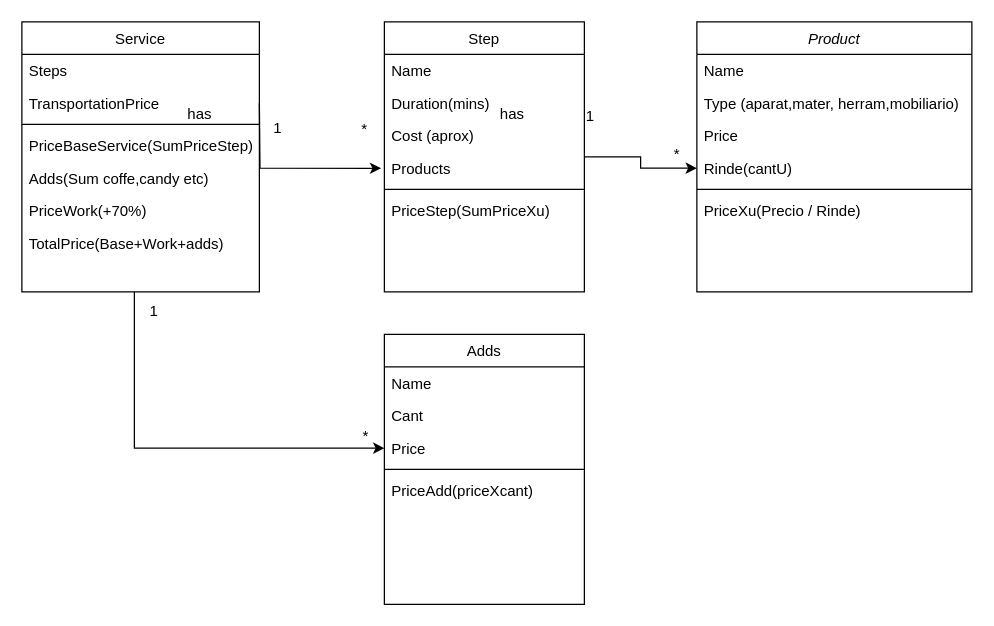
DPeeta/miwebPrueba keeps this draw.io diagram as ClassDiagramServicesPMS.drawio. Above is the earlier version. Source tidied: cells renumbered, new cells numbered last; positions are measured from the earlier drawing's top-left corner, leaving out a move shared by most shapes. Both pictures are drawn from the tidied source at 125%, with x=0, y=0 at pixel (21, 21).
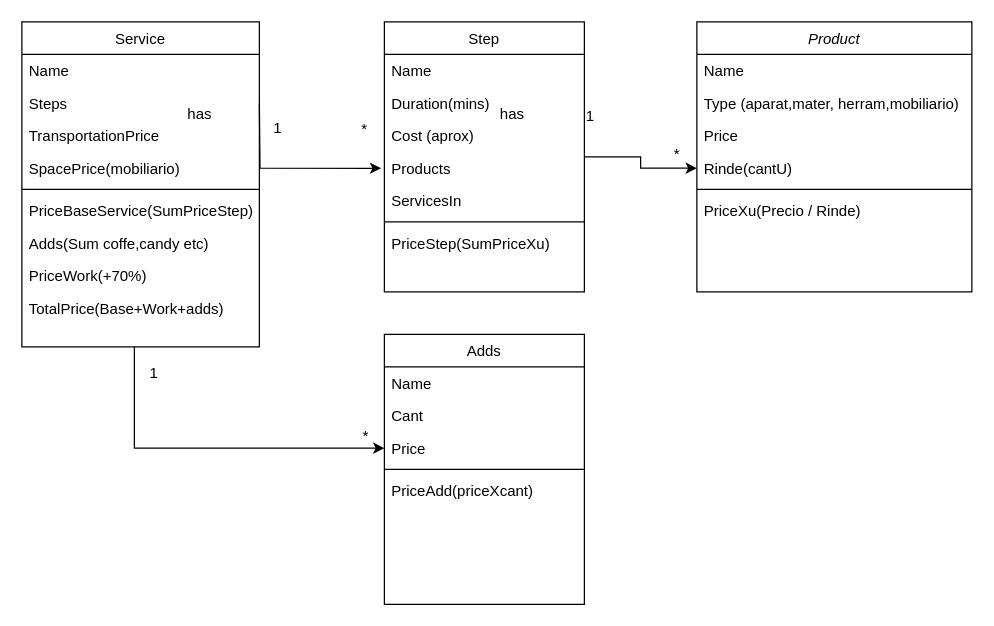
After the change.

The change refers to these unchanged cells:
```xml
<mxCell id="9" style="endArrow=open;shadow=0;strokeWidth=1;rounded=0;endFill=1;edgeStyle=elbowEdgeStyle;elbow=vertical;entryX=-0.003;entryY=0.262;entryDx=0;entryDy=0;entryPerimeter=0;" parent="2" edge="1" source="2" target="5">
  <mxGeometry x="0.5" y="41" relative="1" as="geometry">
    <mxPoint x="-40" y="32" as="offset" />
  </mxGeometry>
</mxCell>
<mxCell id="28" value="Step" style="swimlane;fontStyle=0;align=center;verticalAlign=top;horizontal=1;startSize=26;rounded=0;shadow=0;strokeWidth=1;" parent="1" vertex="1">
  <mxGeometry x="290" width="160" height="216" as="geometry" />
</mxCell>
```

What changed in the source:
```diff
@@
     <mxCell id="16" value="1" style="align=right;verticalAlign=bottom;labelBackgroundColor=none;fontSize=12;" parent="9" vertex="1">
       <mxGeometry x="1" relative="1" as="geometry">
-        <mxPoint x="-429" y="155" as="offset" />
+        <mxPoint x="-429" y="205" as="offset" />
       </mxGeometry>
     </mxCell>
@@
     <mxCell id="19" value="Service" style="swimlane;fontStyle=0;align=center;verticalAlign=top;horizontal=1;startSize=26;rounded=0;shadow=0;strokeWidth=1;" parent="1" vertex="1">
-      <mxGeometry width="190" height="216" as="geometry" />
+      <mxGeometry width="190" height="260" as="geometry" />
     </mxCell>
-    <mxCell id="20" value="Steps" style="text;align=left;verticalAlign=top;spacingLeft=4;spacingRight=4;overflow=hidden;" parent="19" vertex="1">
+    <mxCell id="20" value="Name" style="text;align=left;verticalAlign=top;spacingLeft=4;spacingRight=4;overflow=hidden;" parent="19" vertex="1">
       <mxGeometry y="26" width="190" height="26" as="geometry" />
     </mxCell>
+    <mxCell id="42" value="Steps" style="text;align=left;verticalAlign=top;spacingLeft=4;spacingRight=4;overflow=hidden;" parent="19" vertex="1">
+      <mxGeometry y="52" width="190" height="26" as="geometry" />
+    </mxCell>
     <mxCell id="21" value="TransportationPrice" style="text;align=left;verticalAlign=top;spacingLeft=4;spacingRight=4;overflow=hidden;" parent="19" vertex="1">
-      <mxGeometry y="52" width="190" height="26" as="geometry" />
+      <mxGeometry y="78" width="190" height="26" as="geometry" />
     </mxCell>
+    <mxCell id="43" value="SpacePrice(mobiliario)" style="text;align=left;verticalAlign=top;spacingLeft=4;spacingRight=4;overflow=hidden;" parent="19" vertex="1">
+      <mxGeometry y="104" width="190" height="26" as="geometry" />
+    </mxCell>
     <mxCell id="22" style="line;html=1;strokeWidth=1;align=left;verticalAlign=middle;spacingTop=-1;spacingLeft=3;spacingRight=3;labelPosition=right;" parent="19" vertex="1">
-      <mxGeometry y="78" width="190" height="8" as="geometry" />
+      <mxGeometry y="130" width="190" height="8" as="geometry" />
     </mxCell>
     <mxCell id="23" value="PriceBaseService(SumPriceStep)" style="text;align=left;verticalAlign=top;spacingLeft=4;spacingRight=4;overflow=hidden;" parent="19" vertex="1">
-      <mxGeometry y="86" width="190" height="26" as="geometry" />
+      <mxGeometry y="138" width="190" height="26" as="geometry" />
     </mxCell>
     <mxCell id="24" value="Adds(Sum coffe,candy etc)" style="text;align=left;verticalAlign=top;spacingLeft=4;spacingRight=4;overflow=hidden;" parent="19" vertex="1">
-      <mxGeometry y="112" width="190" height="26" as="geometry" />
+      <mxGeometry y="164" width="190" height="26" as="geometry" />
     </mxCell>
     <mxCell id="25" value="PriceWork(+70%)" style="text;align=left;verticalAlign=top;spacingLeft=4;spacingRight=4;overflow=hidden;" parent="19" vertex="1">
-      <mxGeometry y="138" width="190" height="26" as="geometry" />
+      <mxGeometry y="190" width="190" height="26" as="geometry" />
     </mxCell>
     <mxCell id="26" value="TotalPrice(Base+Work+adds)" style="text;align=left;verticalAlign=top;spacingLeft=4;spacingRight=4;overflow=hidden;" parent="19" vertex="1">
-      <mxGeometry y="164" width="190" height="26" as="geometry" />
+      <mxGeometry y="216" width="190" height="26" as="geometry" />
     </mxCell>
@@
+    <mxCell id="44" value="ServicesIn" style="text;align=left;verticalAlign=top;spacingLeft=4;spacingRight=4;overflow=hidden;" parent="28" vertex="1">
+      <mxGeometry y="130" width="160" height="26" as="geometry" />
+    </mxCell>
     <mxCell id="33" style="line;html=1;strokeWidth=1;align=left;verticalAlign=middle;spacingTop=-1;spacingLeft=3;spacingRight=3;labelPosition=right;" parent="28" vertex="1">
-      <mxGeometry y="130" width="160" height="8" as="geometry" />
+      <mxGeometry y="156" width="160" height="8" as="geometry" />
     </mxCell>
     <mxCell id="34" value="PriceStep(SumPriceXu)" style="text;align=left;verticalAlign=top;spacingLeft=4;spacingRight=4;overflow=hidden;" parent="28" vertex="1">
-      <mxGeometry y="138" width="160" height="26" as="geometry" />
+      <mxGeometry y="164" width="160" height="26" as="geometry" />
     </mxCell>
```
